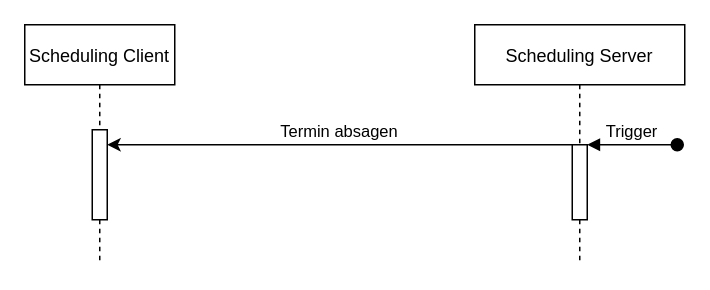
HL7Austria/hl7austria.github.io keeps this draw.io diagram as r5-TC-FHIR-AG-Scheduling-R5-main/interactions/cancel-appointment-server.drawio. Above is the earlier version. Source tidied: cells renumbered, new cells numbered last; positions are measured from the earlier drawing's top-left corner, leaving out a move shared by most shapes. Both pictures are drawn from the tidied source at 150%, with x=0, y=0 at pixel (24, 24).
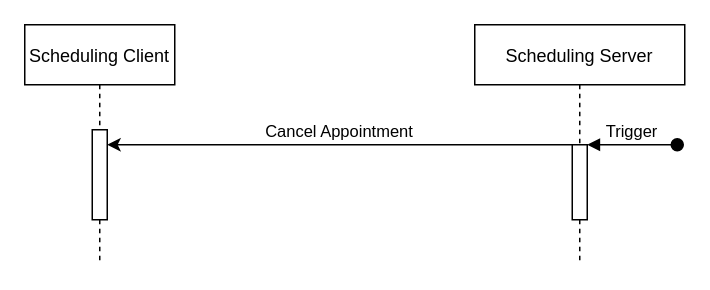
The same page after the edit.

Change to the diagram source:
```diff
@@
 <mxGraphModel>
   <root>
     <mxCell id="0" />
     <mxCell id="1" parent="0" />
     <mxCell id="2" value="Scheduling Client" style="shape=umlLifeline;perimeter=lifelinePerimeter;rounded=0;shadow=0;strokeWidth=1;" parent="1" vertex="1">
       <mxGeometry width="100" height="160" as="geometry" />
     </mxCell>
     <mxCell id="3" style="points=[];perimeter=orthogonalPerimeter;rounded=0;shadow=0;strokeWidth=1;" parent="2" vertex="1">
       <mxGeometry x="45" y="70" width="10" height="60" as="geometry" />
     </mxCell>
     <mxCell id="4" value="Scheduling Server" style="shape=umlLifeline;perimeter=lifelinePerimeter;rounded=0;shadow=0;strokeWidth=1;" parent="1" vertex="1">
       <mxGeometry x="300" width="140" height="160" as="geometry" />
     </mxCell>
     <mxCell id="5" style="points=[];perimeter=orthogonalPerimeter;rounded=0;shadow=0;strokeWidth=1;" parent="4" vertex="1">
       <mxGeometry x="65" y="80" width="10" height="50" as="geometry" />
     </mxCell>
     <mxCell id="6" value="Trigger" style="verticalAlign=bottom;startArrow=oval;endArrow=block;startSize=8;shadow=0;strokeWidth=1;" parent="4" edge="1">
       <mxGeometry relative="1" as="geometry">
         <mxPoint x="135" y="80" as="sourcePoint" />
         <mxPoint x="75" y="80" as="targetPoint" />
       </mxGeometry>
     </mxCell>
-    <mxCell id="7" value="Termin absagen" style="verticalAlign=bottom;endArrow=none;entryX=0;entryY=0;shadow=0;strokeWidth=1;startArrow=classic;startFill=1;endFill=0;" parent="1" edge="1" source="3" target="5">
+    <mxCell id="7" value="Cancel Appointment" style="verticalAlign=bottom;endArrow=none;entryX=0;entryY=0;shadow=0;strokeWidth=1;startArrow=classic;startFill=1;endFill=0;" parent="1" edge="1" source="3" target="5">
       <mxGeometry relative="1" as="geometry" />
     </mxCell>
   </root>
 </mxGraphModel>
```
